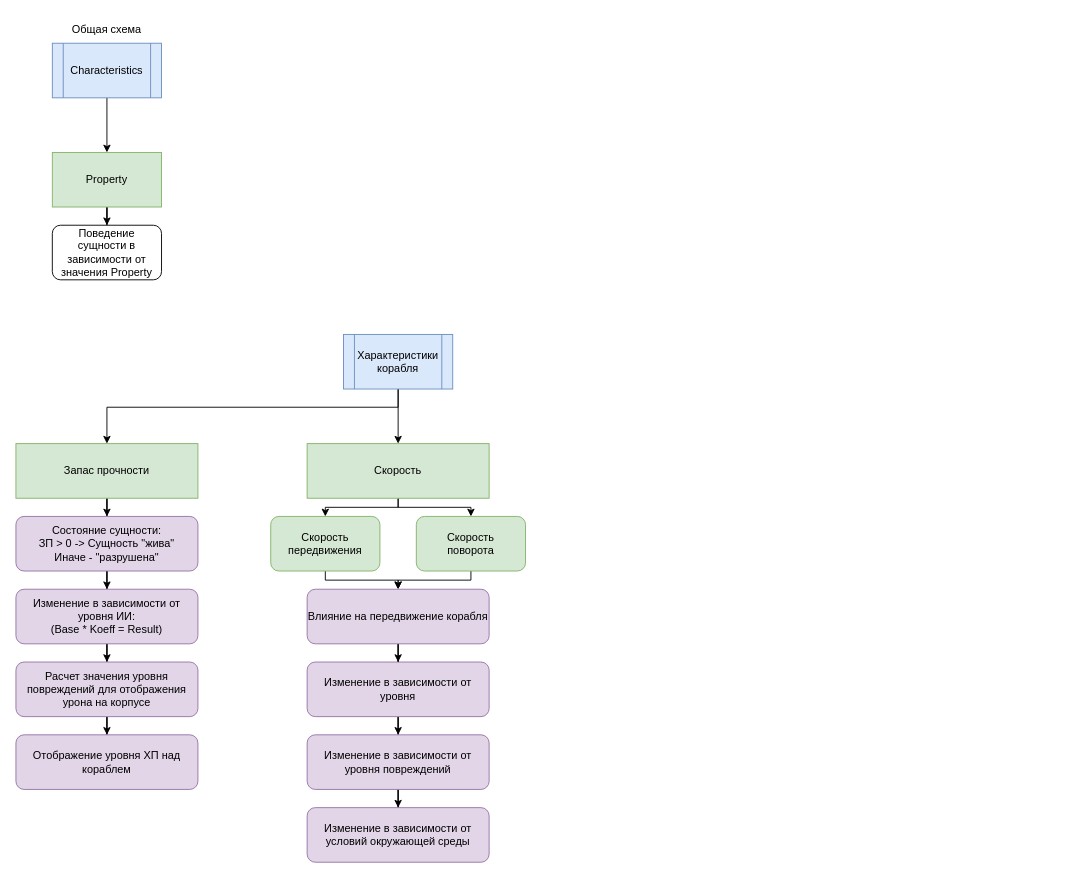
This is Documents/CharSystem.drawio from Wyzzus/Ships, a draw.io file, before an edit. Source tidied: cells renumbered, new cells numbered last; positions are measured from the earlier drawing's top-left corner, leaving out a move shared by most shapes. Both pictures are drawn from the tidied source at 91%, with x=0, y=0 at pixel (15, 15).
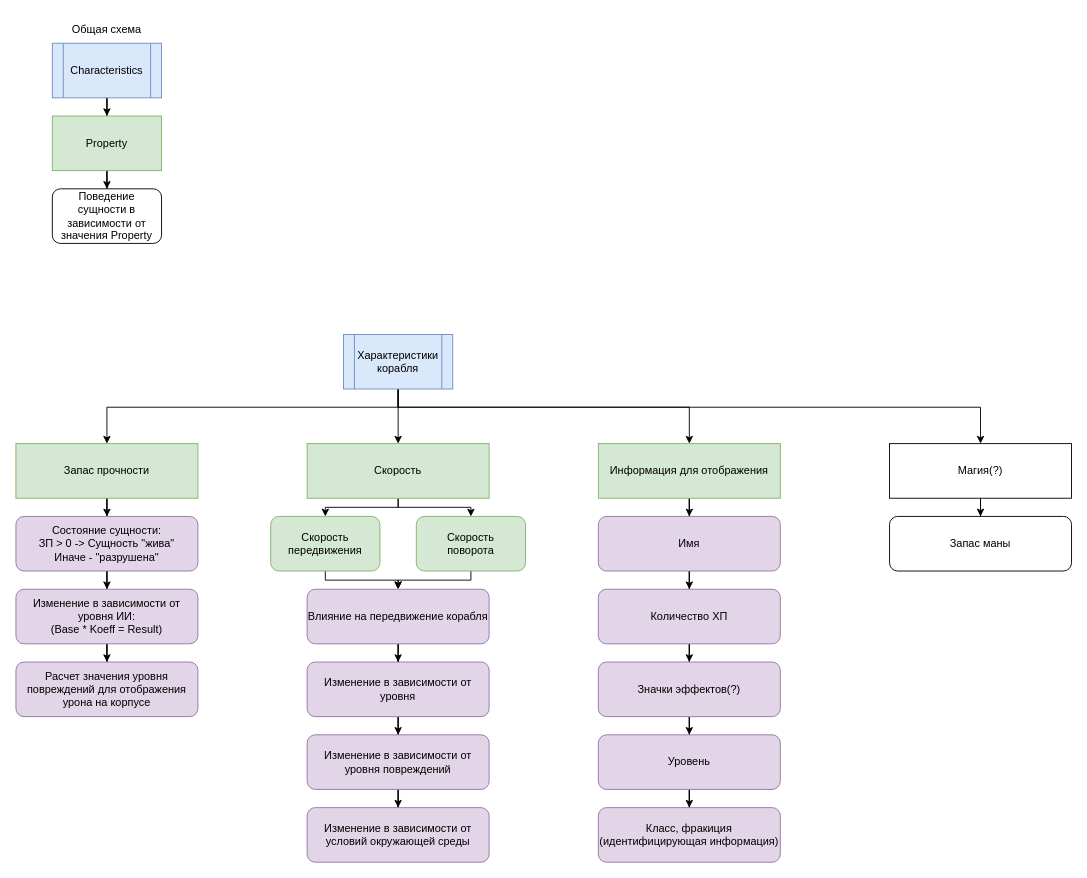
The same diagram, later.

Commit message (it also covers changes not shown here):
#35 Дополнил документацию по системе характеристик

Unchanged cells that the change refers to:
```xml
<mxCell id="10" value="Характеристики&lt;br&gt;корабля&lt;br&gt;" style="shape=process;whiteSpace=wrap;html=1;backgroundOutline=1;fillColor=#dae8fc;strokeColor=#6c8ebf;" parent="1" vertex="1">
  <mxGeometry x="360" y="350" width="120" height="60" as="geometry" />
</mxCell>
<mxCell id="18" value="Расчет значения уровня повреждений для отображения урона на корпусе" style="rounded=1;whiteSpace=wrap;html=1;labelBackgroundColor=none;fillColor=#e1d5e7;strokeColor=#9673a6;" parent="1" vertex="1">
  <mxGeometry y="710" width="200" height="60" as="geometry" />
</mxCell>
```

What changed in the source:
```diff
@@
     <mxCell id="5" value="Property&lt;br&gt;" style="rounded=0;whiteSpace=wrap;html=1;labelBackgroundColor=none;fillColor=#d5e8d4;strokeColor=#82b366;" parent="1" vertex="1">
-      <mxGeometry x="40" y="150" width="120" height="60" as="geometry" />
+      <mxGeometry x="40" y="110" width="120" height="60" as="geometry" />
     </mxCell>
     <mxCell id="6" value="Поведение сущности в зависимости от значения Property" style="rounded=1;whiteSpace=wrap;html=1;labelBackgroundColor=none;" parent="1" vertex="1">
-      <mxGeometry x="40" y="230" width="120" height="60" as="geometry" />
+      <mxGeometry x="40" y="190" width="120" height="60" as="geometry" />
     </mxCell>
@@
+    <mxCell id="34" style="edgeStyle=orthogonalEdgeStyle;rounded=0;jettySize=auto;html=1;entryX=0.5;entryY=0;entryDx=0;entryDy=0;" parent="1" edge="1" source="10" target="37">
+      <mxGeometry relative="1" as="geometry">
+        <Array as="points">
+          <mxPoint x="420" y="430" />
+          <mxPoint x="740" y="430" />
+        </Array>
+      </mxGeometry>
+    </mxCell>
+    <mxCell id="35" style="edgeStyle=orthogonalEdgeStyle;rounded=0;jettySize=auto;html=1;entryX=0.5;entryY=0;entryDx=0;entryDy=0;" parent="1" edge="1" source="10" target="48">
+      <mxGeometry relative="1" as="geometry">
+        <Array as="points">
+          <mxPoint x="420" y="430" />
+          <mxPoint x="1060" y="430" />
+        </Array>
+      </mxGeometry>
+    </mxCell>
@@
-    <mxCell id="17" style="edgeStyle=orthogonalEdgeStyle;rounded=0;jettySize=auto;html=1;" parent="1" edge="1" source="18" target="19">
-      <mxGeometry relative="1" as="geometry" />
-    </mxCell>
@@
-    <mxCell id="19" value="Отображение уровня ХП над кораблем" style="rounded=1;whiteSpace=wrap;html=1;labelBackgroundColor=none;fillColor=#e1d5e7;strokeColor=#9673a6;" parent="1" vertex="1">
-      <mxGeometry y="790" width="200" height="60" as="geometry" />
-    </mxCell>
@@
+    <mxCell id="36" style="edgeStyle=orthogonalEdgeStyle;rounded=0;jettySize=auto;html=1;" parent="1" edge="1" source="37" target="39">
+      <mxGeometry relative="1" as="geometry" />
+    </mxCell>
+    <mxCell id="37" value="Информация для отображения" style="rounded=0;whiteSpace=wrap;html=1;labelBackgroundColor=none;fillColor=#d5e8d4;strokeColor=#82b366;" parent="1" vertex="1">
+      <mxGeometry x="640" y="470" width="200" height="60" as="geometry" />
+    </mxCell>
+    <mxCell id="38" style="edgeStyle=orthogonalEdgeStyle;rounded=0;jettySize=auto;html=1;entryX=0.5;entryY=0;entryDx=0;entryDy=0;" parent="1" edge="1" source="39" target="41">
+      <mxGeometry relative="1" as="geometry" />
+    </mxCell>
+    <mxCell id="39" value="Имя&lt;br&gt;" style="rounded=1;whiteSpace=wrap;html=1;labelBackgroundColor=none;fillColor=#e1d5e7;strokeColor=#9673a6;" parent="1" vertex="1">
+      <mxGeometry x="640" y="550" width="200" height="60" as="geometry" />
+    </mxCell>
+    <mxCell id="40" style="edgeStyle=orthogonalEdgeStyle;rounded=0;jettySize=auto;html=1;entryX=0.5;entryY=0;entryDx=0;entryDy=0;" parent="1" edge="1" source="41" target="43">
+      <mxGeometry relative="1" as="geometry" />
+    </mxCell>
+    <mxCell id="41" value="Количество ХП&lt;br&gt;" style="rounded=1;whiteSpace=wrap;html=1;labelBackgroundColor=none;fillColor=#e1d5e7;strokeColor=#9673a6;" parent="1" vertex="1">
+      <mxGeometry x="640" y="630" width="200" height="60" as="geometry" />
+    </mxCell>
+    <mxCell id="42" style="edgeStyle=orthogonalEdgeStyle;rounded=0;jettySize=auto;html=1;entryX=0.5;entryY=0;entryDx=0;entryDy=0;" parent="1" edge="1" source="43" target="45">
+      <mxGeometry relative="1" as="geometry" />
+    </mxCell>
+    <mxCell id="43" value="Значки эффектов(?)&lt;br&gt;" style="rounded=1;whiteSpace=wrap;html=1;labelBackgroundColor=none;fillColor=#e1d5e7;strokeColor=#9673a6;" parent="1" vertex="1">
+      <mxGeometry x="640" y="710" width="200" height="60" as="geometry" />
+    </mxCell>
+    <mxCell id="44" style="edgeStyle=orthogonalEdgeStyle;rounded=0;jettySize=auto;html=1;" parent="1" edge="1" source="45" target="46">
+      <mxGeometry relative="1" as="geometry" />
+    </mxCell>
+    <mxCell id="45" value="Уровень&lt;br&gt;" style="rounded=1;whiteSpace=wrap;html=1;labelBackgroundColor=none;fillColor=#e1d5e7;strokeColor=#9673a6;" parent="1" vertex="1">
+      <mxGeometry x="640" y="790" width="200" height="60" as="geometry" />
+    </mxCell>
+    <mxCell id="46" value="Класс, фракиция&lt;br&gt;(идентифицирующая информация)&lt;br&gt;" style="rounded=1;whiteSpace=wrap;html=1;labelBackgroundColor=none;fillColor=#e1d5e7;strokeColor=#9673a6;" parent="1" vertex="1">
+      <mxGeometry x="640" y="870" width="200" height="60" as="geometry" />
+    </mxCell>
+    <mxCell id="47" style="edgeStyle=orthogonalEdgeStyle;rounded=0;jettySize=auto;html=1;" parent="1" edge="1" source="48" target="49">
+      <mxGeometry relative="1" as="geometry" />
+    </mxCell>
+    <mxCell id="48" value="Магия(?)" style="rounded=0;whiteSpace=wrap;html=1;labelBackgroundColor=none;" parent="1" vertex="1">
+      <mxGeometry x="960" y="470" width="200" height="60" as="geometry" />
+    </mxCell>
+    <mxCell id="49" value="Запас маны&lt;br&gt;" style="rounded=1;whiteSpace=wrap;html=1;labelBackgroundColor=none;" parent="1" vertex="1">
+      <mxGeometry x="960" y="550" width="200" height="60" as="geometry" />
+    </mxCell>
```
